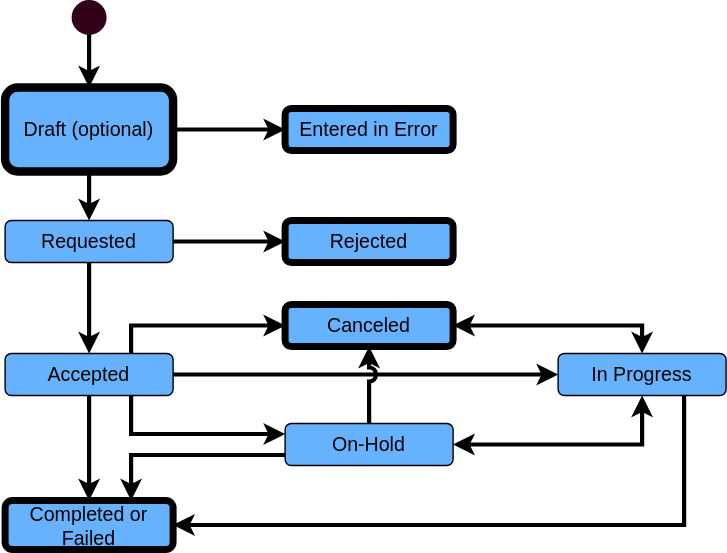
Before: input/images/ReferralTaskStateDiagram.svg, a diagram exported from draw.io (HL7/fhir-sdoh-clinicalcare). Source tidied: cells renumbered, new cells last; positions are measured from the earlier drawing's top-left corner, leaving out a move shared by most shapes.
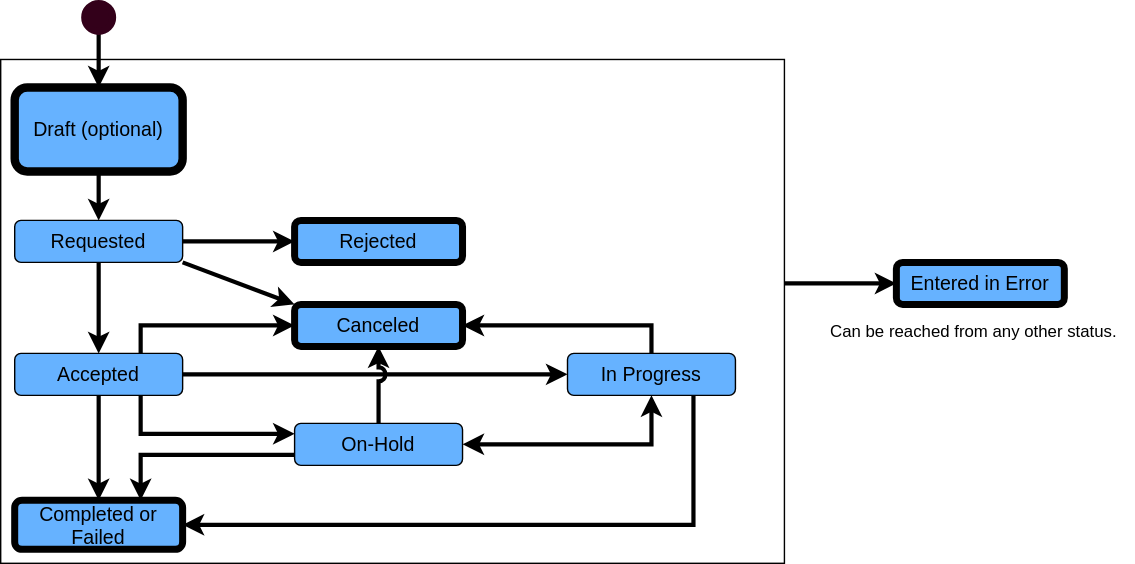
The same diagram one commit later.

Commit message:
updated Task status drawings and valuesets

Change to the diagram source:
```diff
@@ -2,8 +2,11 @@
   <root>
     <mxCell id="0" />
     <mxCell id="1" parent="0" />
+    <mxCell id="26" style="rounded=0;whiteSpace=wrap;html=1;" parent="1" vertex="1">
+      <mxGeometry x="-10" y="40" width="560" height="360" as="geometry" />
+    </mxCell>
     <mxCell id="2" value="&lt;font style=&quot;font-size: 14px;&quot;&gt;Entered in Error&lt;/font&gt;" style="rounded=1;whiteSpace=wrap;html=1;fillColor=#66B2FF;strokeWidth=5;" parent="1" vertex="1">
-      <mxGeometry x="200" y="75" width="120" height="30" as="geometry" />
+      <mxGeometry x="630" y="185" width="120" height="30" as="geometry" />
     </mxCell>
     <mxCell id="3" style="edgeStyle=orthogonalEdgeStyle;rounded=0;jettySize=auto;html=1;exitX=0.5;exitY=1;exitDx=0;exitDy=0;entryX=0.5;entryY=0;entryDx=0;entryDy=0;fontSize=14;strokeWidth=3;" parent="1" edge="1" source="4" target="12">
       <mxGeometry relative="1" as="geometry" />
@@ -14,7 +17,7 @@
     <mxCell id="5" style="edgeStyle=orthogonalEdgeStyle;rounded=0;jettySize=auto;html=1;exitX=1;exitY=0.5;exitDx=0;exitDy=0;entryX=0;entryY=0.5;entryDx=0;entryDy=0;fontSize=14;strokeWidth=3;" parent="1" edge="1" source="4" target="22">
       <mxGeometry relative="1" as="geometry" />
     </mxCell>
-    <mxCell id="6" style="edgeStyle=orthogonalEdgeStyle;rounded=0;jumpStyle=arc;jumpSize=6;jettySize=auto;html=1;exitX=1;exitY=0.5;exitDx=0;exitDy=0;fontSize=14;startArrow=classic;startFill=1;entryX=0.5;entryY=0;entryDx=0;entryDy=0;strokeWidth=3;" parent="1" edge="1" source="7" target="14">
+    <mxCell id="6" style="edgeStyle=orthogonalEdgeStyle;rounded=0;jumpStyle=arc;jumpSize=6;jettySize=auto;html=1;exitX=1;exitY=0.5;exitDx=0;exitDy=0;fontSize=14;startArrow=classic;startFill=1;entryX=0.5;entryY=0;entryDx=0;entryDy=0;strokeWidth=3;endArrow=none;endFill=0;" parent="1" edge="1" source="7" target="14">
       <mxGeometry relative="1" as="geometry" />
     </mxCell>
     <mxCell id="7" value="&lt;font style=&quot;font-size: 14px;&quot;&gt;Canceled&lt;/font&gt;" style="rounded=1;whiteSpace=wrap;html=1;fillColor=#66B2FF;strokeWidth=5;" parent="1" vertex="1">
@@ -56,8 +59,10 @@
     <mxCell id="19" style="edgeStyle=orthogonalEdgeStyle;rounded=0;jettySize=auto;html=1;exitX=0.5;exitY=1;exitDx=0;exitDy=0;entryX=0.5;entryY=0;entryDx=0;entryDy=0;fontSize=14;strokeWidth=3;" parent="1" edge="1" source="21" target="4">
       <mxGeometry relative="1" as="geometry" />
     </mxCell>
-    <mxCell id="20" style="edgeStyle=orthogonalEdgeStyle;rounded=0;jettySize=auto;html=1;exitX=1;exitY=0.5;exitDx=0;exitDy=0;entryX=0;entryY=0.5;entryDx=0;entryDy=0;fontSize=14;strokeWidth=3;" parent="1" edge="1" source="21" target="2">
-      <mxGeometry relative="1" as="geometry" />
+    <mxCell id="20" style="edgeStyle=orthogonalEdgeStyle;rounded=0;jettySize=auto;html=1;exitX=1;exitY=0.5;exitDx=0;exitDy=0;entryX=0;entryY=0.5;entryDx=0;entryDy=0;fontSize=14;strokeWidth=3;" parent="1" edge="1" target="2">
+      <mxGeometry relative="1" as="geometry">
+        <mxPoint x="550" y="200" as="sourcePoint" />
+      </mxGeometry>
     </mxCell>
     <mxCell id="21" value="Draft (optional)" style="rounded=1;whiteSpace=wrap;html=1;fontSize=14;strokeWidth=6;fillColor=#66B2FF;" parent="1" vertex="1">
       <mxGeometry y="60" width="120" height="60" as="geometry" />
@@ -74,5 +79,11 @@
     <mxCell id="25" style="ellipse;whiteSpace=wrap;html=1;fontSize=14;strokeColor=#33001A;strokeWidth=5;fillColor=#33001A;" parent="1" vertex="1">
       <mxGeometry x="50" width="20" height="20" as="geometry" />
     </mxCell>
+    <mxCell id="27" style="rounded=0;jettySize=auto;html=1;exitX=1;exitY=1;exitDx=0;exitDy=0;entryX=0;entryY=0;entryDx=0;entryDy=0;fontSize=14;strokeWidth=3;" parent="1" edge="1" source="4" target="7">
+      <mxGeometry relative="1" as="geometry" />
+    </mxCell>
+    <mxCell id="28" value="Can be reached from any other status." style="text;html=1;align=center;verticalAlign=middle;strokeColor=none;fillColor=none;" parent="1" vertex="1">
+      <mxGeometry x="570" y="220" width="230" height="30" as="geometry" />
+    </mxCell>
   </root>
 </mxGraphModel>
```
